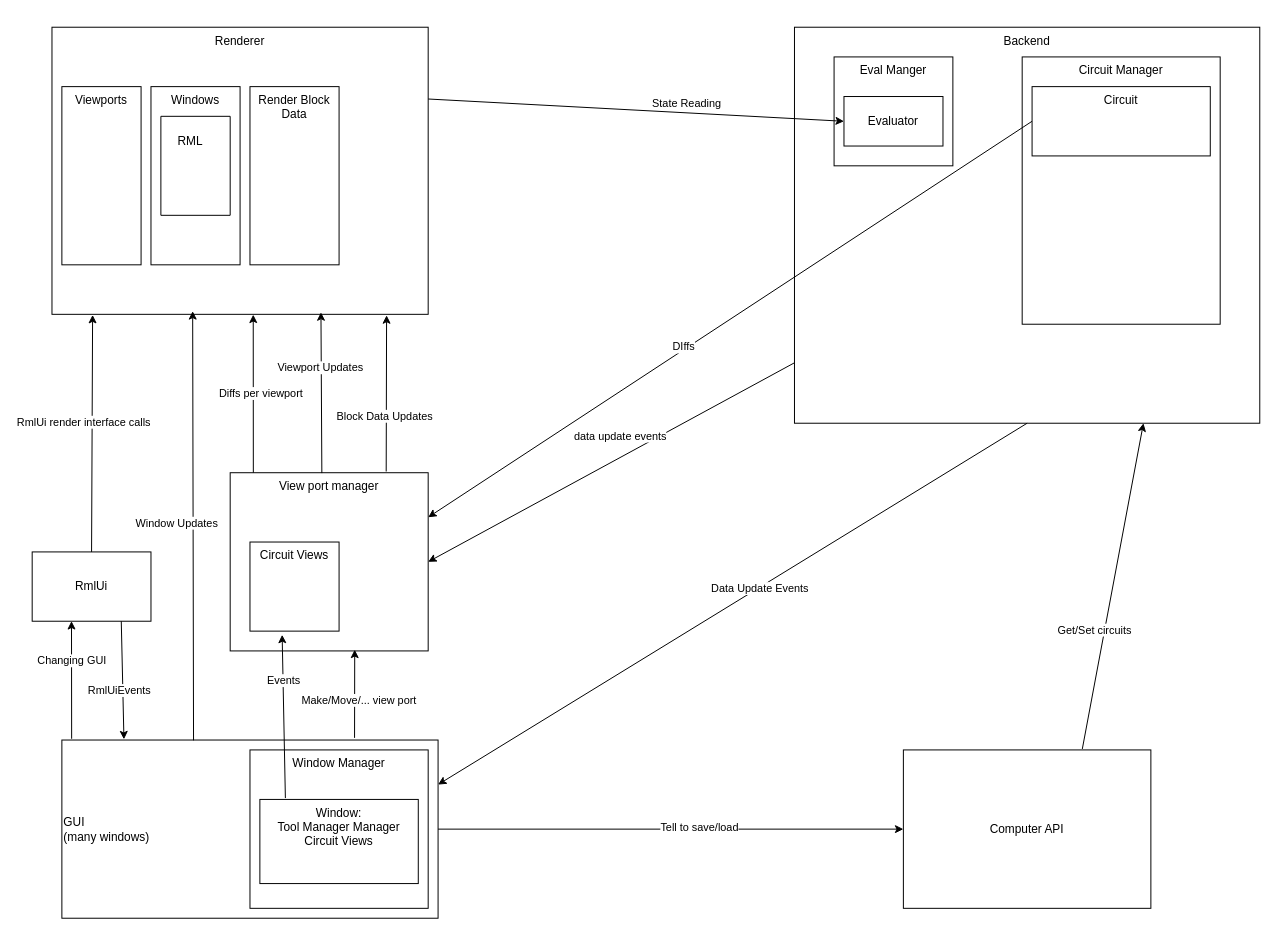
Earlier version of the draw.io diagram docs/App Layout.drawio (Martian-Technologies/Logic-Graph-Creator). Source tidied: cells renumbered, new cells numbered last; positions are measured from the earlier drawing's top-left corner, leaving out a move shared by most shapes. Both pictures are drawn from the tidied source at 99%, with x=0, y=0 at pixel (32, 27).
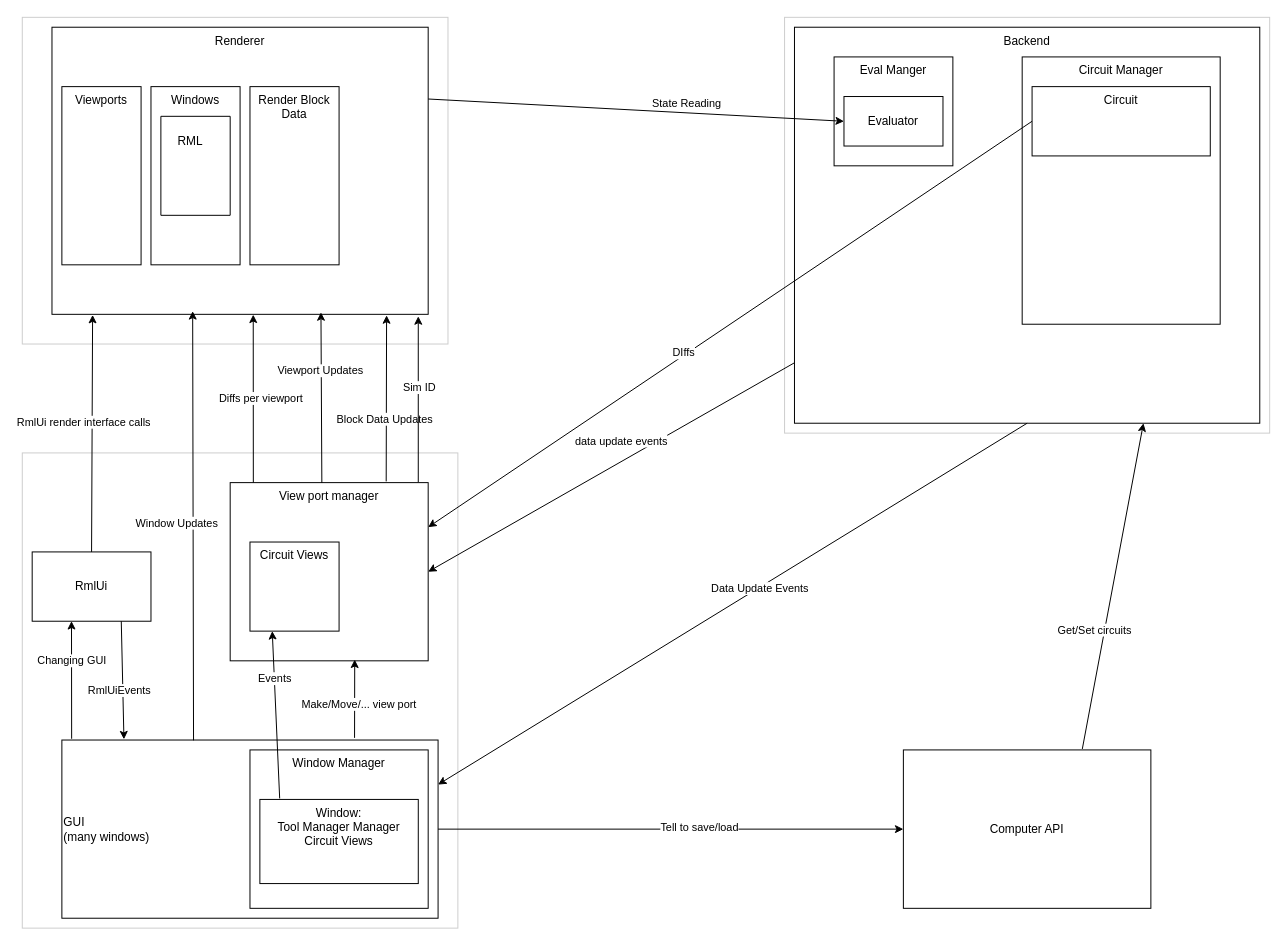
Above is the later version.

Commit message:
update app diagram

Unchanged cells that the change refers to:
```xml
<mxCell id="32" value="Window:&lt;div&gt;Tool Manager&amp;nbsp;&lt;span style=&quot;background-color: transparent; color: light-dark(rgb(0, 0, 0), rgb(255, 255, 255));&quot;&gt;Manager&lt;/span&gt;&lt;/div&gt;&lt;div&gt;&lt;span style=&quot;background-color: transparent; color: light-dark(rgb(0, 0, 0), rgb(255, 255, 255));&quot;&gt;Circuit Views&lt;/span&gt;&lt;/div&gt;" style="rounded=0;whiteSpace=wrap;html=1;fillColor=none;verticalAlign=top;" parent="1" vertex="1">
  <mxGeometry x="230" y="780" width="160" height="85" as="geometry" />
</mxCell>
<mxCell id="44" value="Circuit Views" style="whiteSpace=wrap;html=1;strokeColor=default;fillColor=none;verticalAlign=top;" parent="1" vertex="1">
  <mxGeometry x="220" y="520" width="90" height="90" as="geometry" />
</mxCell>
```

Diff of the diagram source:
```diff
@@
+    <mxCell id="49" style="whiteSpace=wrap;html=1;fillColor=light-dark(#FFFFFF,#00A9FF);rounded=0;glass=0;opacity=20;" parent="1" vertex="1">
+      <mxGeometry x="760" y="-10" width="490" height="420" as="geometry" />
+    </mxCell>
+    <mxCell id="50" style="whiteSpace=wrap;html=1;fillColor=light-dark(#FFFFFF,#FF0000);rounded=0;glass=0;opacity=20;" parent="1" vertex="1">
+      <mxGeometry x="-10" y="-10" width="430" height="330" as="geometry" />
+    </mxCell>
+    <mxCell id="51" style="whiteSpace=wrap;html=1;fillColor=light-dark(#FFFFFF,#06FF01);rounded=0;glass=0;opacity=20;" parent="1" vertex="1">
+      <mxGeometry x="-10" y="430" width="440" height="480" as="geometry" />
+    </mxCell>
@@
     <mxCell id="9" value="View port manager" style="whiteSpace=wrap;html=1;verticalAlign=top;fillColor=none;" parent="1" vertex="1">
-      <mxGeometry x="200" y="450" width="200" height="180" as="geometry" />
+      <mxGeometry x="200" y="460" width="200" height="180" as="geometry" />
     </mxCell>
@@
-    <mxCell id="45" style="endArrow=classic;html=1;rounded=0;exitX=0.161;exitY=-0.016;exitDx=0;exitDy=0;entryX=0.361;entryY=1.041;entryDx=0;entryDy=0;exitPerimeter=0;entryPerimeter=0;" parent="1" edge="1" source="32" target="44">
-      <mxGeometry relative="1" as="geometry" />
+    <mxCell id="45" style="endArrow=classic;html=1;rounded=0;entryX=0.25;entryY=1;entryDx=0;entryDy=0;" parent="1" edge="1" target="44">
+      <mxGeometry relative="1" as="geometry">
+        <mxPoint x="250" y="779" as="sourcePoint" />
+      </mxGeometry>
     </mxCell>
@@
+    <mxCell id="52" style="endArrow=classic;html=1;rounded=0;exitX=0.95;exitY=-0.003;exitDx=0;exitDy=0;exitPerimeter=0;" parent="1" edge="1" source="9">
+      <mxGeometry relative="1" as="geometry">
+        <mxPoint x="390" y="292" as="targetPoint" />
+      </mxGeometry>
+    </mxCell>
+    <mxCell id="53" value="Sim ID" style="edgeLabel;html=1;align=center;verticalAlign=middle;" parent="52" vertex="1">
+      <mxGeometry x="0.32" y="2" relative="1" as="geometry">
+        <mxPoint x="2" y="15" as="offset" />
+      </mxGeometry>
+    </mxCell>
```
